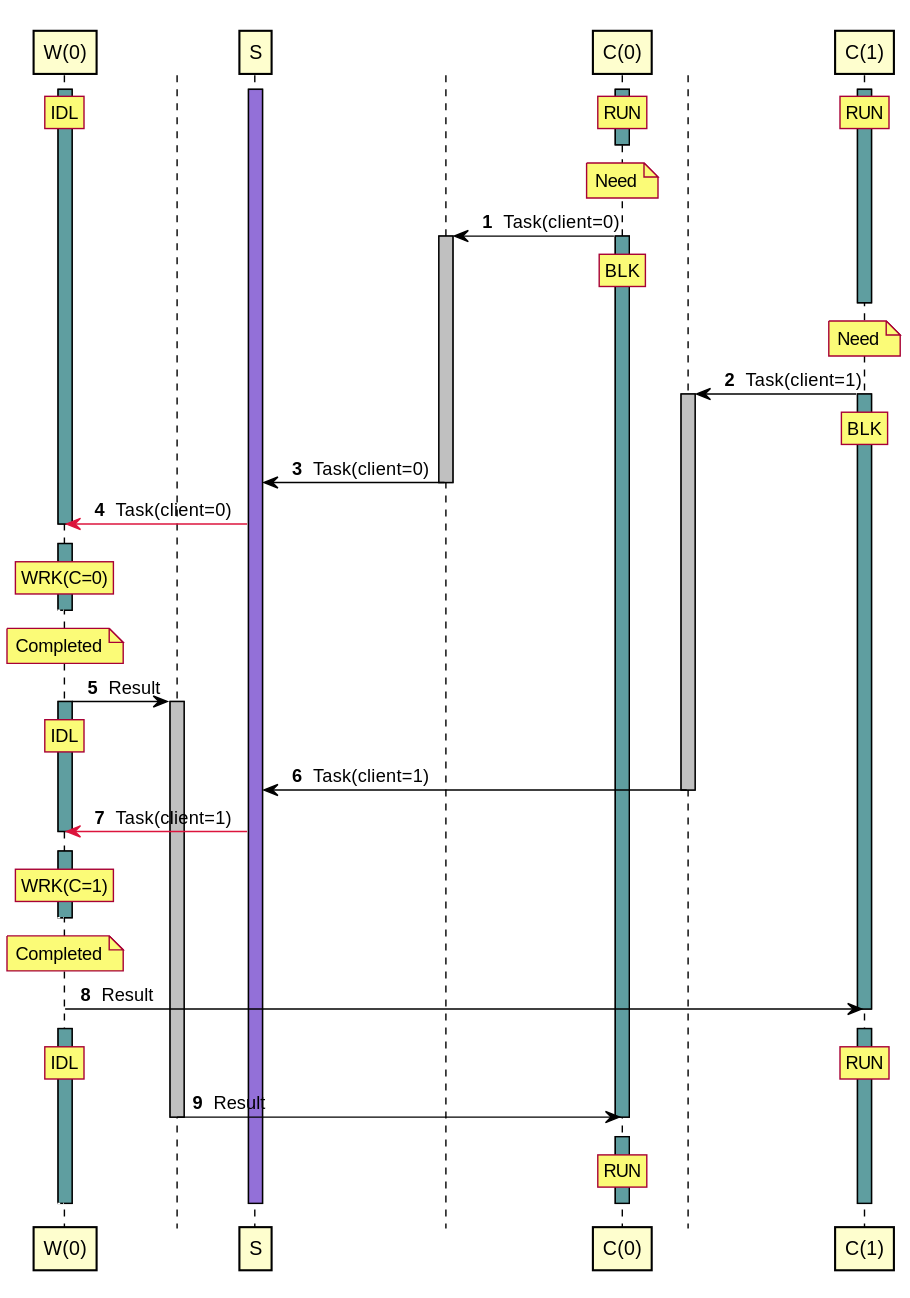
Earlier version of the PlantUML export tests/expected/example_simple/test_2_1_sequence.svg (orenbenkiki/total-space).
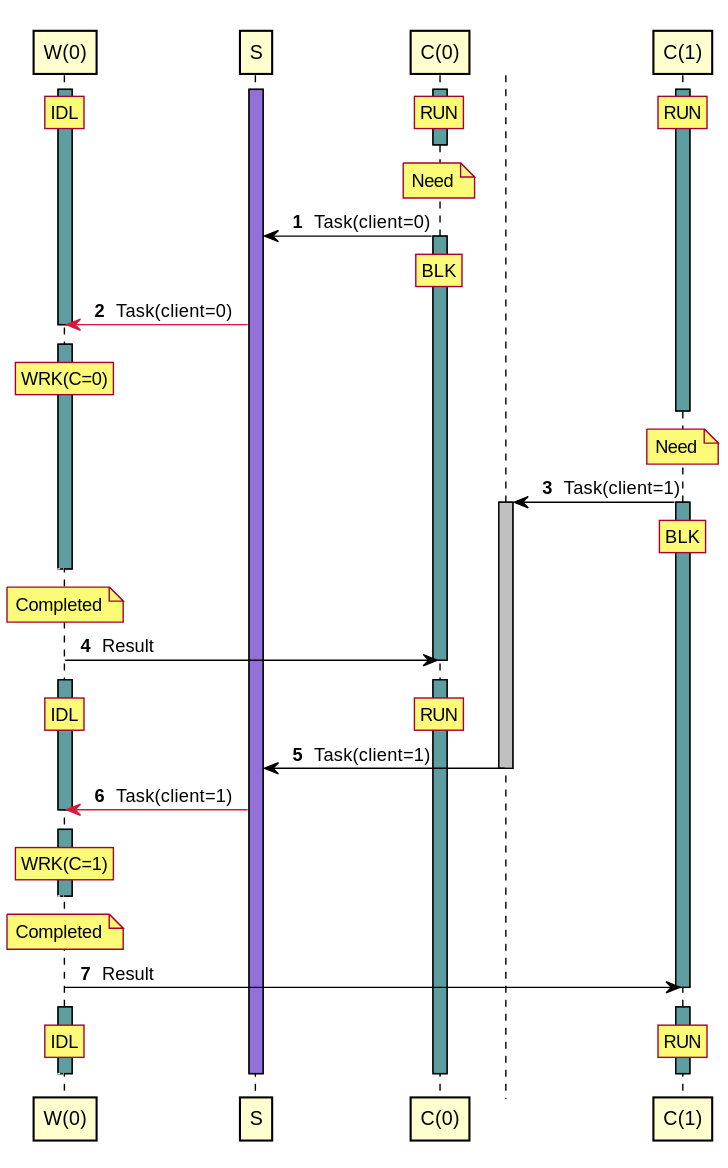
The same diagram one commit later.

Change to the diagram source:
```diff
@@ -26,23 +26,9 @@
 autonumber resume
 deactivate A2
 note over A2 : Need
-control " " as T0 order 210299
-A2 -> T0 : Task(client=0)
-activate T0 #Silver
+A2 -> A1 : Task(client=0)
 activate A2 #CadetBlue
 rnote over A2 : BLK
-autonumber stop
-[<[#White]-- A0
-autonumber resume
-deactivate A3
-note over A3 : Need
-control " " as T1 order 220399
-A3 -> T1 : Task(client=1)
-activate T1 #Silver
-activate A3 #CadetBlue
-rnote over A3 : BLK
-T0 -> A1 : Task(client=0)
-deactivate T0
 A1 -[#Crimson]> A0 : Task(client=0)
 deactivate A0
 autonumber stop
@@ -53,15 +39,29 @@
 autonumber stop
 [<[#White]-- A0
 autonumber resume
+deactivate A3
+note over A3 : Need
+control " " as T0 order 220399
+A3 -> T0 : Task(client=1)
+activate T0 #Silver
+activate A3 #CadetBlue
+rnote over A3 : BLK
+autonumber stop
+[<[#White]-- A0
+autonumber resume
 deactivate A0
 note over A0 : Completed
-control " " as T2 order 10101
-A0 -> T2 : Result
-activate T2 #Silver
+A0 -> A2 : Result
+deactivate A2
+autonumber stop
+[<[#White]-- A0
+autonumber resume
 activate A0 #CadetBlue
+activate A2 #CadetBlue
 rnote over A0 : IDL
-T1 -> A1 : Task(client=1)
-deactivate T1
+/ rnote over A2 : RUN
+T0 -> A1 : Task(client=1)
+deactivate T0
 A1 -[#Crimson]> A0 : Task(client=1)
 deactivate A0
 autonumber stop
@@ -83,14 +83,6 @@
 activate A3 #CadetBlue
 rnote over A0 : IDL
 / rnote over A3 : RUN
-T2 -> A2 : Result
-deactivate T2
-deactivate A2
-autonumber stop
-[<[#White]-- A0
-autonumber resume
-activate A2 #CadetBlue
-rnote over A2 : RUN
 autonumber stop
 [<[#White]-- A0
 autonumber resume
```
